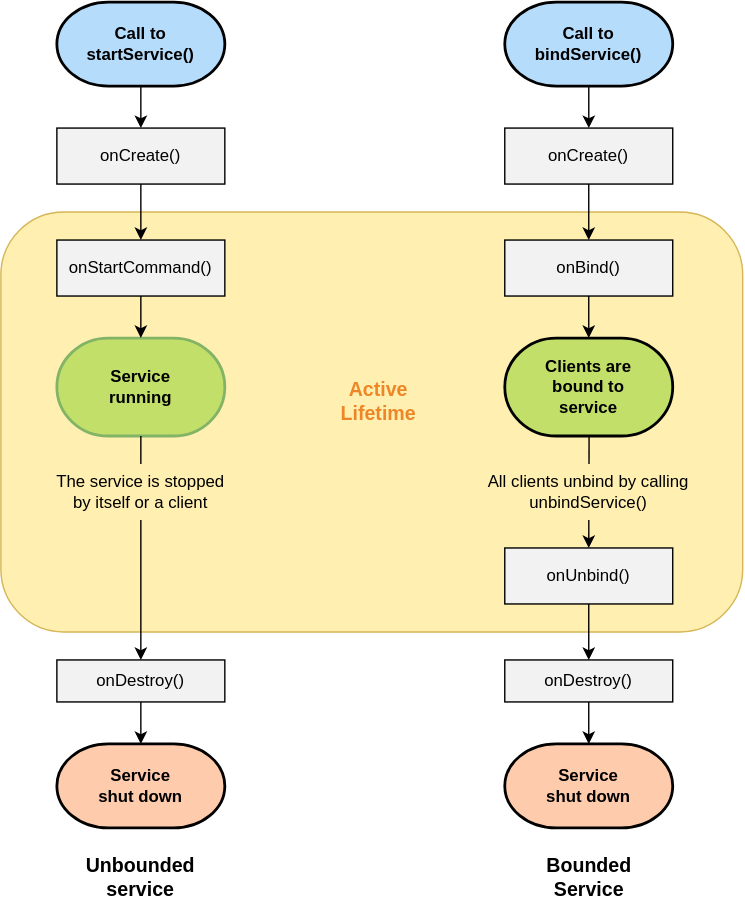
Above: assets/images/Android_service_lifecycle.drawio.svg in yrpark99/yrpark99.github.io (draw.io), before the change. Source tidied: cells renumbered, new cells last; positions are measured from the earlier drawing's top-left corner, leaving out a move shared by most shapes.
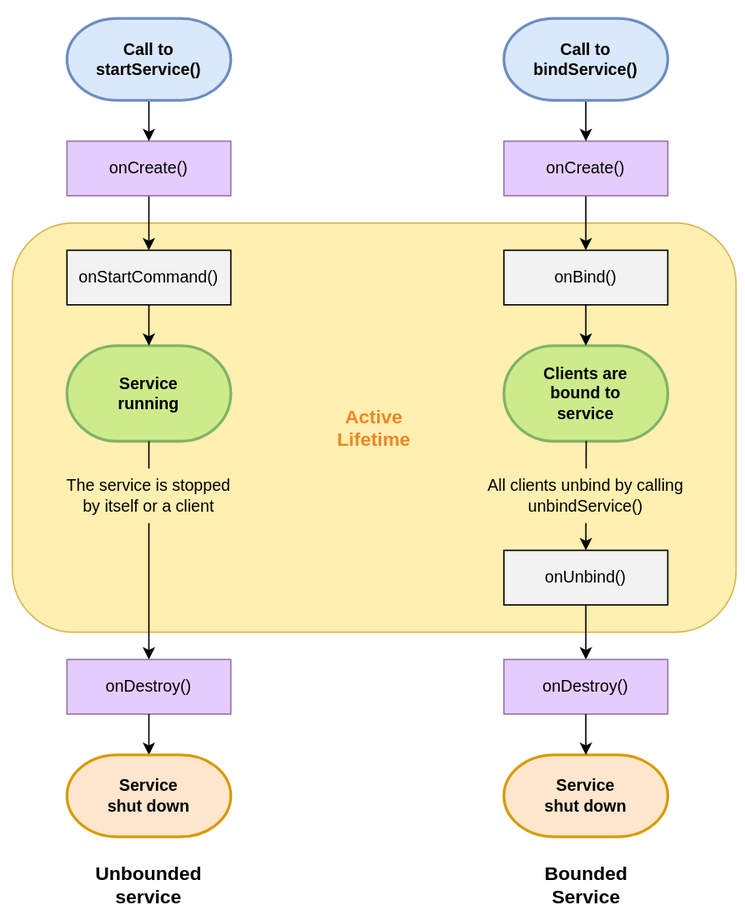
After the commit.

Diff of the diagram source:
```diff
@@ -2,19 +2,19 @@
   <root>
     <mxCell id="0" />
     <mxCell id="1" parent="0" />
-    <mxCell id="2" style="rounded=1;whiteSpace=wrap;html=1;fillColor=#FFEFB1;strokeColor=#d6b656;" parent="1" vertex="1">
+    <mxCell id="2" value="&lt;b style=&quot;color: rgb(237, 134, 38);&quot;&gt;&lt;font style=&quot;font-size: 14px;&quot;&gt;Active&lt;br&gt;Lifetime&lt;/font&gt;&lt;/b&gt;" style="rounded=1;whiteSpace=wrap;html=1;fillColor=#FFEFB1;strokeColor=#d6b656;" parent="1" vertex="1">
       <mxGeometry y="150" width="530" height="300" as="geometry" />
     </mxCell>
     <mxCell id="3" style="edgeStyle=orthogonalEdgeStyle;rounded=0;jettySize=auto;html=1;exitX=0.5;exitY=1;exitDx=0;exitDy=0;" parent="1" edge="1" source="4" target="7">
       <mxGeometry relative="1" as="geometry" />
     </mxCell>
-    <mxCell id="4" value="onCreate()" style="rounded=0;whiteSpace=wrap;html=1;fillColor=#F2F2F2;" parent="1" vertex="1">
+    <mxCell id="4" value="onCreate()" style="rounded=0;whiteSpace=wrap;html=1;fillColor=#E5CCFF;strokeColor=#9673a6;" parent="1" vertex="1">
       <mxGeometry x="40" y="90" width="120" height="40" as="geometry" />
     </mxCell>
     <mxCell id="5" style="edgeStyle=orthogonalEdgeStyle;rounded=0;jettySize=auto;html=1;exitX=0.5;exitY=1;exitDx=0;exitDy=0;entryX=0.5;entryY=0;entryDx=0;entryDy=0;" parent="1" edge="1" source="6" target="8">
       <mxGeometry relative="1" as="geometry" />
     </mxCell>
-    <mxCell id="6" value="onCreate()" style="rounded=0;whiteSpace=wrap;html=1;fillColor=#F2F2F2;" parent="1" vertex="1">
+    <mxCell id="6" value="onCreate()" style="rounded=0;whiteSpace=wrap;html=1;fillColor=light-dark(#e5ccff, #392f3f);strokeColor=#9673a6;" parent="1" vertex="1">
       <mxGeometry x="360" y="90" width="120" height="40" as="geometry" />
     </mxCell>
     <mxCell id="7" value="onStartCommand()" style="rounded=0;whiteSpace=wrap;html=1;fillColor=#F2F2F2;" parent="1" vertex="1">
@@ -26,19 +26,19 @@
     <mxCell id="9" style="edgeStyle=orthogonalEdgeStyle;rounded=0;jettySize=auto;html=1;exitX=0.5;exitY=1;exitDx=0;exitDy=0;exitPerimeter=0;entryX=0.5;entryY=0;entryDx=0;entryDy=0;" parent="1" edge="1" source="10" target="4">
       <mxGeometry relative="1" as="geometry" />
     </mxCell>
-    <mxCell id="10" value="&lt;b&gt;Call to&lt;br&gt;startService()&lt;/b&gt;" style="strokeWidth=2;html=1;shape=mxgraph.flowchart.terminator;whiteSpace=wrap;fillColor=#B6DCFC;" parent="1" vertex="1">
+    <mxCell id="10" value="&lt;b&gt;Call to&lt;br&gt;startService()&lt;/b&gt;" style="strokeWidth=2;html=1;shape=mxgraph.flowchart.terminator;whiteSpace=wrap;fillColor=#dae8fc;strokeColor=#6c8ebf;" parent="1" vertex="1">
       <mxGeometry x="40" width="120" height="60" as="geometry" />
     </mxCell>
     <mxCell id="11" style="edgeStyle=orthogonalEdgeStyle;rounded=0;jettySize=auto;html=1;" parent="1" edge="1" source="12" target="6">
       <mxGeometry relative="1" as="geometry" />
     </mxCell>
-    <mxCell id="12" value="&lt;b&gt;Call to&lt;br&gt;bindService()&lt;/b&gt;" style="strokeWidth=2;html=1;shape=mxgraph.flowchart.terminator;whiteSpace=wrap;fillColor=#B6DCFC;" parent="1" vertex="1">
+    <mxCell id="12" value="&lt;b&gt;Call to&lt;br&gt;bindService()&lt;/b&gt;" style="strokeWidth=2;html=1;shape=mxgraph.flowchart.terminator;whiteSpace=wrap;fillColor=#dae8fc;strokeColor=#6c8ebf;" parent="1" vertex="1">
       <mxGeometry x="360" width="120" height="60" as="geometry" />
     </mxCell>
-    <mxCell id="13" value="&lt;b&gt;Service&lt;br&gt;running&lt;/b&gt;" style="strokeWidth=2;html=1;shape=mxgraph.flowchart.terminator;whiteSpace=wrap;fillColor=#C2E069;strokeColor=#82b366;" parent="1" vertex="1">
+    <mxCell id="13" value="&lt;b&gt;Service&lt;br&gt;running&lt;/b&gt;" style="strokeWidth=2;html=1;shape=mxgraph.flowchart.terminator;whiteSpace=wrap;fillColor=light-dark(#cdeb8b, #2d4600);strokeColor=#82b366;" parent="1" vertex="1">
       <mxGeometry x="40" y="240" width="120" height="70" as="geometry" />
     </mxCell>
-    <mxCell id="14" value="&lt;b&gt;Clients are&lt;br&gt;bound to&lt;br&gt;service&lt;/b&gt;" style="strokeWidth=2;html=1;shape=mxgraph.flowchart.terminator;whiteSpace=wrap;fillColor=#C2E069;" parent="1" vertex="1">
+    <mxCell id="14" value="&lt;b&gt;Clients are&lt;br&gt;bound to&lt;br&gt;service&lt;/b&gt;" style="strokeWidth=2;html=1;shape=mxgraph.flowchart.terminator;whiteSpace=wrap;fillColor=#cdeb8b;strokeColor=light-dark(#82b366, #babdc0);" parent="1" vertex="1">
       <mxGeometry x="360" y="240" width="120" height="70" as="geometry" />
     </mxCell>
     <mxCell id="15" style="endArrow=classic;html=1;rounded=0;exitX=0.5;exitY=1;exitDx=0;exitDy=0;exitPerimeter=0;entryX=0.5;entryY=0;entryDx=0;entryDy=0;" parent="1" edge="1" source="13" target="18">
@@ -47,20 +47,20 @@
     <mxCell id="16" style="endArrow=classic;html=1;rounded=0;exitX=0.5;exitY=1;exitDx=0;exitDy=0;exitPerimeter=0;entryX=0.5;entryY=0;entryDx=0;entryDy=0;" parent="1" edge="1" source="28" target="17">
       <mxGeometry relative="1" as="geometry" />
     </mxCell>
-    <mxCell id="17" value="onDestroy()" style="rounded=0;whiteSpace=wrap;html=1;fillColor=#F2F2F2;" parent="1" vertex="1">
-      <mxGeometry x="360" y="470" width="120" height="30" as="geometry" />
+    <mxCell id="17" value="onDestroy()" style="rounded=0;whiteSpace=wrap;html=1;fillColor=light-dark(#e5ccff, #392f3f);strokeColor=#9673a6;" parent="1" vertex="1">
+      <mxGeometry x="360" y="470" width="120" height="40" as="geometry" />
     </mxCell>
-    <mxCell id="18" value="onDestroy()" style="rounded=0;whiteSpace=wrap;html=1;fillColor=#F2F2F2;" parent="1" vertex="1">
-      <mxGeometry x="40" y="470" width="120" height="30" as="geometry" />
+    <mxCell id="18" value="onDestroy()" style="rounded=0;whiteSpace=wrap;html=1;fillColor=light-dark(#e5ccff, #392f3f);strokeColor=#9673a6;" parent="1" vertex="1">
+      <mxGeometry x="40" y="470" width="120" height="40" as="geometry" />
     </mxCell>
     <mxCell id="19" style="endArrow=classic;html=1;rounded=0;exitX=0.5;exitY=1;exitDx=0;exitDy=0;entryX=0.5;entryY=0;entryDx=0;entryDy=0;entryPerimeter=0;" parent="1" edge="1" source="18" target="20">
       <mxGeometry relative="1" as="geometry" />
     </mxCell>
-    <mxCell id="20" value="&lt;b&gt;Service&lt;br&gt;shut down&lt;/b&gt;" style="strokeWidth=2;html=1;shape=mxgraph.flowchart.terminator;whiteSpace=wrap;fillColor=#FFCBAD;gradientColor=none;gradientDirection=south;fillStyle=auto;" parent="1" vertex="1">
-      <mxGeometry x="40" y="530" width="120" height="60" as="geometry" />
+    <mxCell id="20" value="&lt;b&gt;Service&lt;br&gt;shut down&lt;/b&gt;" style="strokeWidth=2;html=1;shape=mxgraph.flowchart.terminator;whiteSpace=wrap;fillColor=#ffe6cc;gradientDirection=south;fillStyle=auto;strokeColor=#d79b00;" parent="1" vertex="1">
+      <mxGeometry x="40" y="540" width="120" height="60" as="geometry" />
     </mxCell>
-    <mxCell id="21" value="&lt;b&gt;Service&lt;br&gt;shut down&lt;/b&gt;" style="strokeWidth=2;html=1;shape=mxgraph.flowchart.terminator;whiteSpace=wrap;fillColor=#FFCBAD;" parent="1" vertex="1">
-      <mxGeometry x="360" y="530" width="120" height="60" as="geometry" />
+    <mxCell id="21" value="&lt;b&gt;Service&lt;br&gt;shut down&lt;/b&gt;" style="strokeWidth=2;html=1;shape=mxgraph.flowchart.terminator;whiteSpace=wrap;fillColor=#ffe6cc;strokeColor=#d79b00;" parent="1" vertex="1">
+      <mxGeometry x="360" y="540" width="120" height="60" as="geometry" />
     </mxCell>
     <mxCell id="22" style="endArrow=classic;html=1;rounded=0;exitX=0.5;exitY=1;exitDx=0;exitDy=0;" parent="1" edge="1" source="17" target="21">
       <mxGeometry relative="1" as="geometry" />
@@ -71,9 +71,6 @@
     <mxCell id="24" style="edgeStyle=orthogonalEdgeStyle;rounded=0;jettySize=auto;html=1;exitX=0.5;exitY=1;exitDx=0;exitDy=0;entryX=0.5;entryY=0;entryDx=0;entryDy=0;entryPerimeter=0;" parent="1" edge="1" source="8" target="14">
       <mxGeometry relative="1" as="geometry" />
     </mxCell>
-    <mxCell id="25" value="&lt;b&gt;&lt;font style=&quot;font-size: 14px;&quot;&gt;Active&lt;br&gt;Lifetime&lt;/font&gt;&lt;/b&gt;" style="text;html=1;align=center;verticalAlign=middle;whiteSpace=wrap;rounded=0;fontColor=light-dark(#ed8626, #7e3f03);" parent="1" vertex="1">
-      <mxGeometry x="200" y="270" width="140" height="30" as="geometry" />
-    </mxCell>
     <mxCell id="26" value="The service is stopped&lt;br&gt;by itself or a client" style="text;html=1;align=center;verticalAlign=middle;whiteSpace=wrap;rounded=0;labelBackgroundColor=none;labelBorderColor=none;textShadow=0;fillColor=#FFEFB1;strokeColor=none;" parent="1" vertex="1">
       <mxGeometry x="20" y="330" width="160" height="40" as="geometry" />
     </mxCell>
@@ -87,10 +84,10 @@
       <mxGeometry x="340" y="330" width="160" height="40" as="geometry" />
     </mxCell>
     <mxCell id="30" value="&lt;font style=&quot;font-size: 14px;&quot;&gt;&lt;b&gt;Unbounded service&lt;/b&gt;&lt;/font&gt;" style="text;html=1;align=center;verticalAlign=middle;whiteSpace=wrap;rounded=0;" parent="1" vertex="1">
-      <mxGeometry x="35" y="610" width="130" height="30" as="geometry" />
+      <mxGeometry x="35" y="620" width="130" height="30" as="geometry" />
     </mxCell>
     <mxCell id="31" value="&lt;font style=&quot;font-size: 14px;&quot;&gt;&lt;b&gt;Bounded Service&lt;/b&gt;&lt;/font&gt;" style="text;html=1;align=center;verticalAlign=middle;whiteSpace=wrap;rounded=0;" parent="1" vertex="1">
-      <mxGeometry x="362.5" y="610" width="115" height="30" as="geometry" />
+      <mxGeometry x="362.5" y="620" width="115" height="30" as="geometry" />
     </mxCell>
   </root>
 </mxGraphModel>
```
